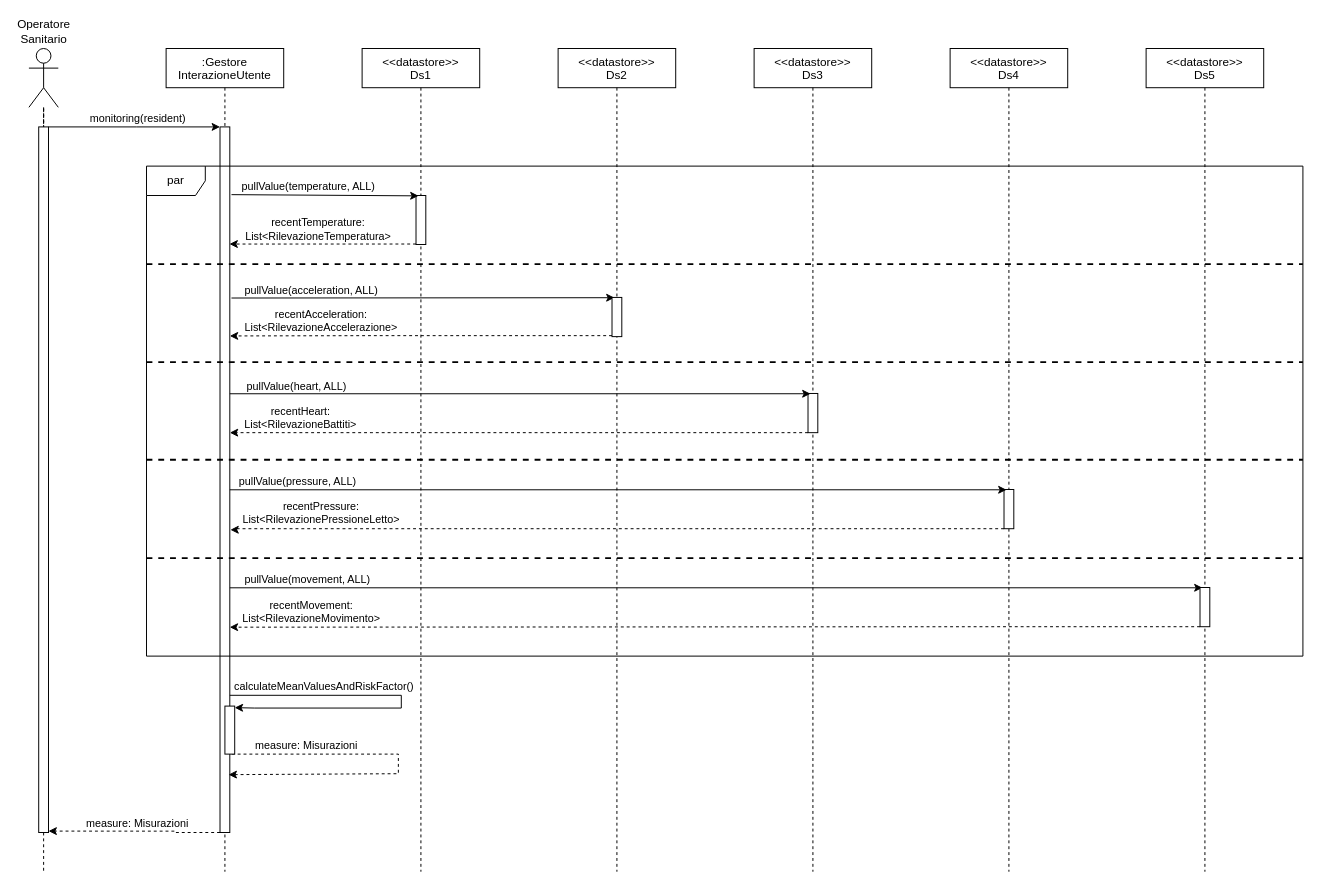
Above: page "Storico" (6 of 8) of Progetto/Diagrammi_Attivita/Sequence.drawio in Wonderjack996/unimib-software-architecture (draw.io), before the change. Source tidied: cells renumbered, new cells numbered last; positions are measured from the earlier drawing's top-left corner, leaving out a move shared by most shapes. Both pictures are drawn from the tidied source at 98%, with x=0, y=0 at pixel (28, 48).
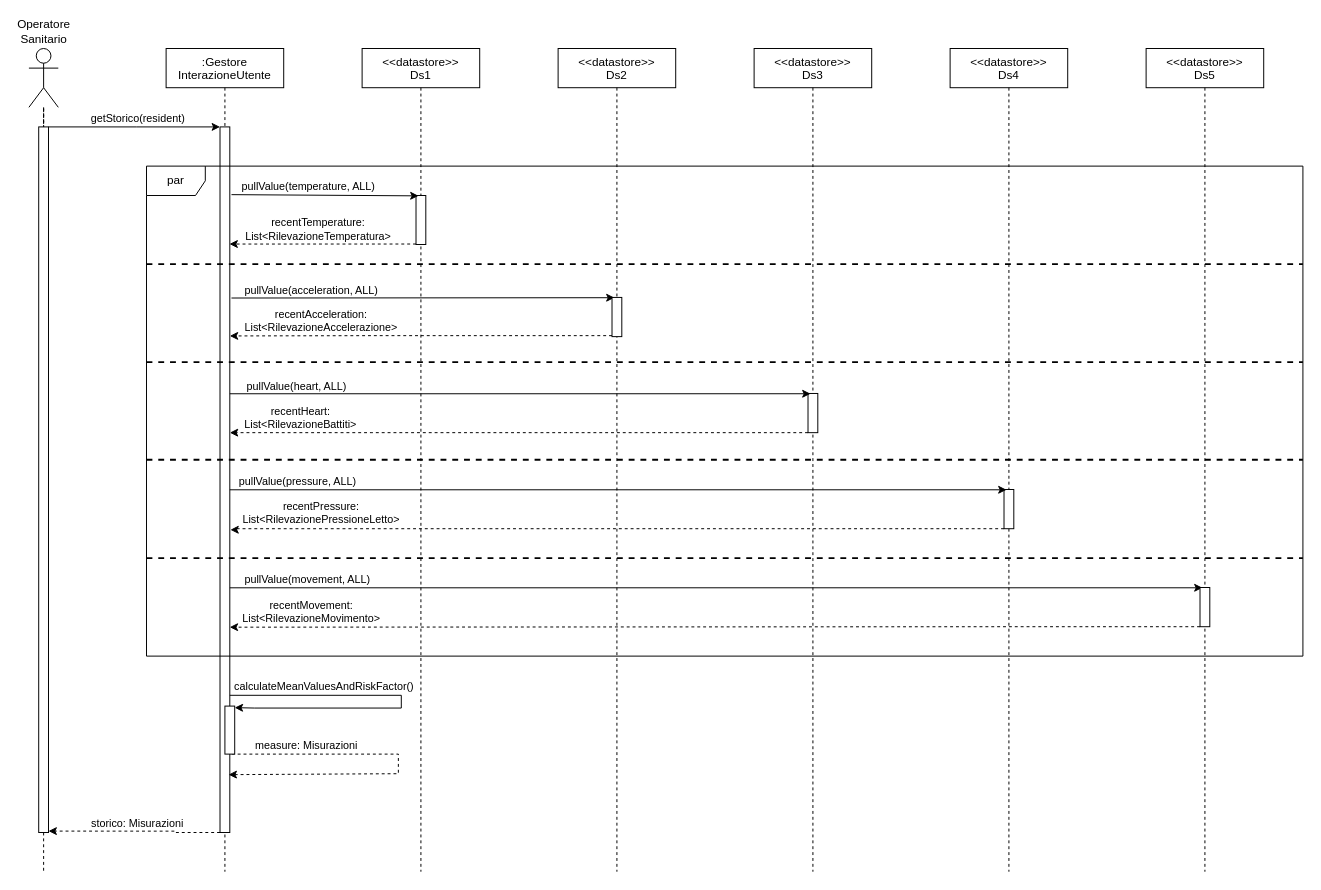
Above is the later version.

The change refers to these unchanged cells:
```xml
<mxCell id="32" style="edgeStyle=orthogonalEdgeStyle;rounded=0;jettySize=auto;html=1;" parent="1" edge="1" source="34" target="5">
  <mxGeometry relative="1" as="geometry">
    <Array as="points">
      <mxPoint x="110" y="80" />
      <mxPoint x="110" y="80" />
    </Array>
  </mxGeometry>
</mxCell>
<mxCell id="36" style="edgeStyle=orthogonalEdgeStyle;rounded=0;jettySize=auto;html=1;entryX=1;entryY=0.998;entryDx=0;entryDy=0;entryPerimeter=0;dashed=1;" parent="1" edge="1" source="5" target="34">
  <mxGeometry relative="1" as="geometry">
    <Array as="points">
      <mxPoint x="150" y="800" />
      <mxPoint x="150" y="799" />
    </Array>
  </mxGeometry>
</mxCell>
```

Diff of the diagram source:
```diff
@@
-    <mxCell id="33" value="monitoring(resident)" style="edgeLabel;html=1;align=center;verticalAlign=middle;" parent="32" vertex="1">
+    <mxCell id="33" value="getStorico(resident)" style="edgeLabel;html=1;align=center;verticalAlign=middle;" parent="32" vertex="1">
       <mxGeometry x="0.23" y="-2" relative="1" as="geometry">
         <mxPoint x="-18" y="-12" as="offset" />
       </mxGeometry>
     </mxCell>
@@
-    <mxCell id="37" value="measure: Misurazioni&amp;nbsp;" style="edgeLabel;html=1;align=center;verticalAlign=middle;" parent="36" vertex="1">
+    <mxCell id="37" value="storico: Misurazioni&amp;nbsp;" style="edgeLabel;html=1;align=center;verticalAlign=middle;" parent="36" vertex="1">
       <mxGeometry x="-0.18" y="-1" relative="1" as="geometry">
         <mxPoint x="-13" y="-7" as="offset" />
       </mxGeometry>
     </mxCell>
```
